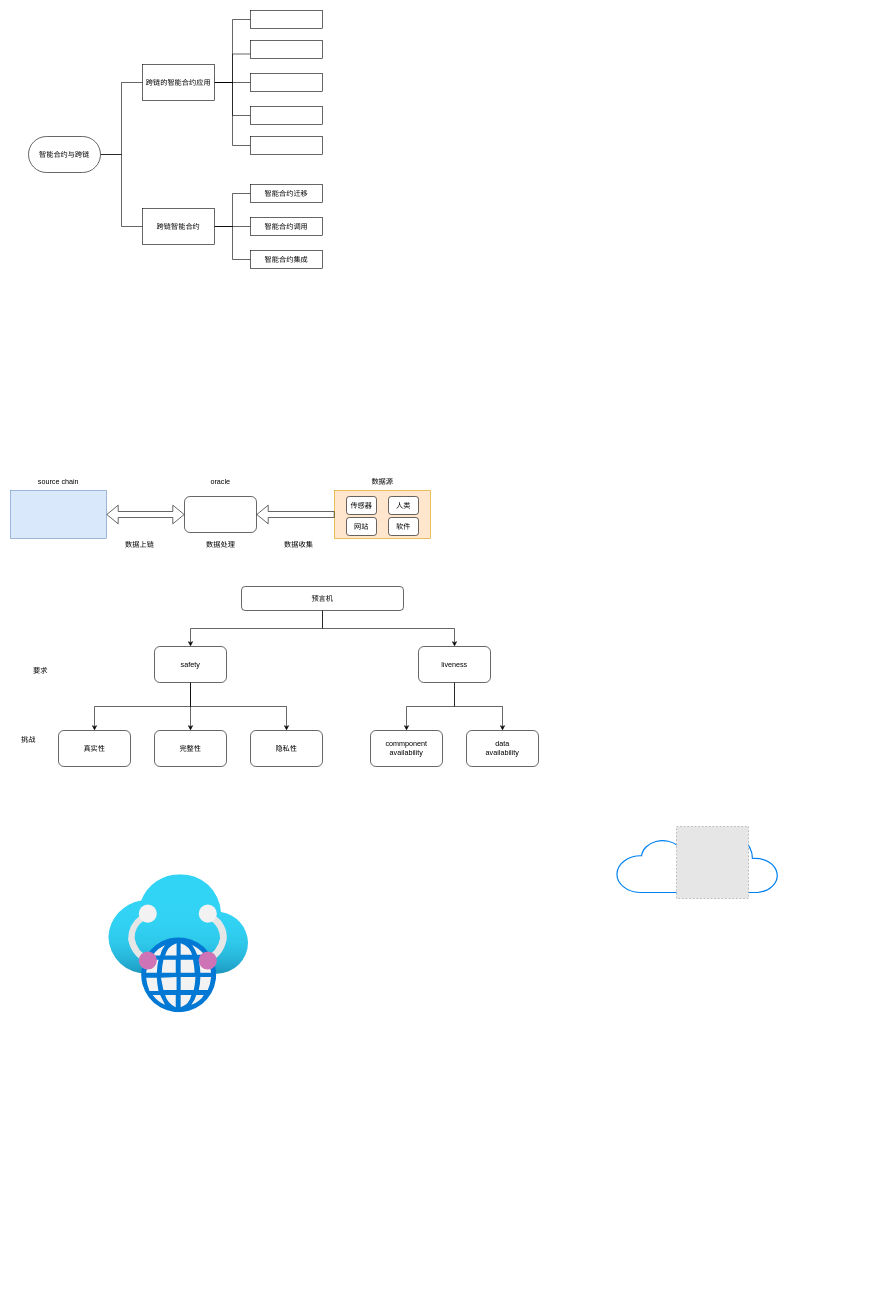
Earlier version of the draw.io diagram 未命名绘图.drawio (hzhdl/crosschain_SC). Source tidied: cells renumbered, new cells numbered last; positions are measured from the earlier drawing's top-left corner, leaving out a move shared by most shapes. Both pictures are drawn from the tidied source at 60%, with x=0, y=0 at pixel (10, 10). Pictures stored in the file or linked from it are replaced by grey dashed boxes.
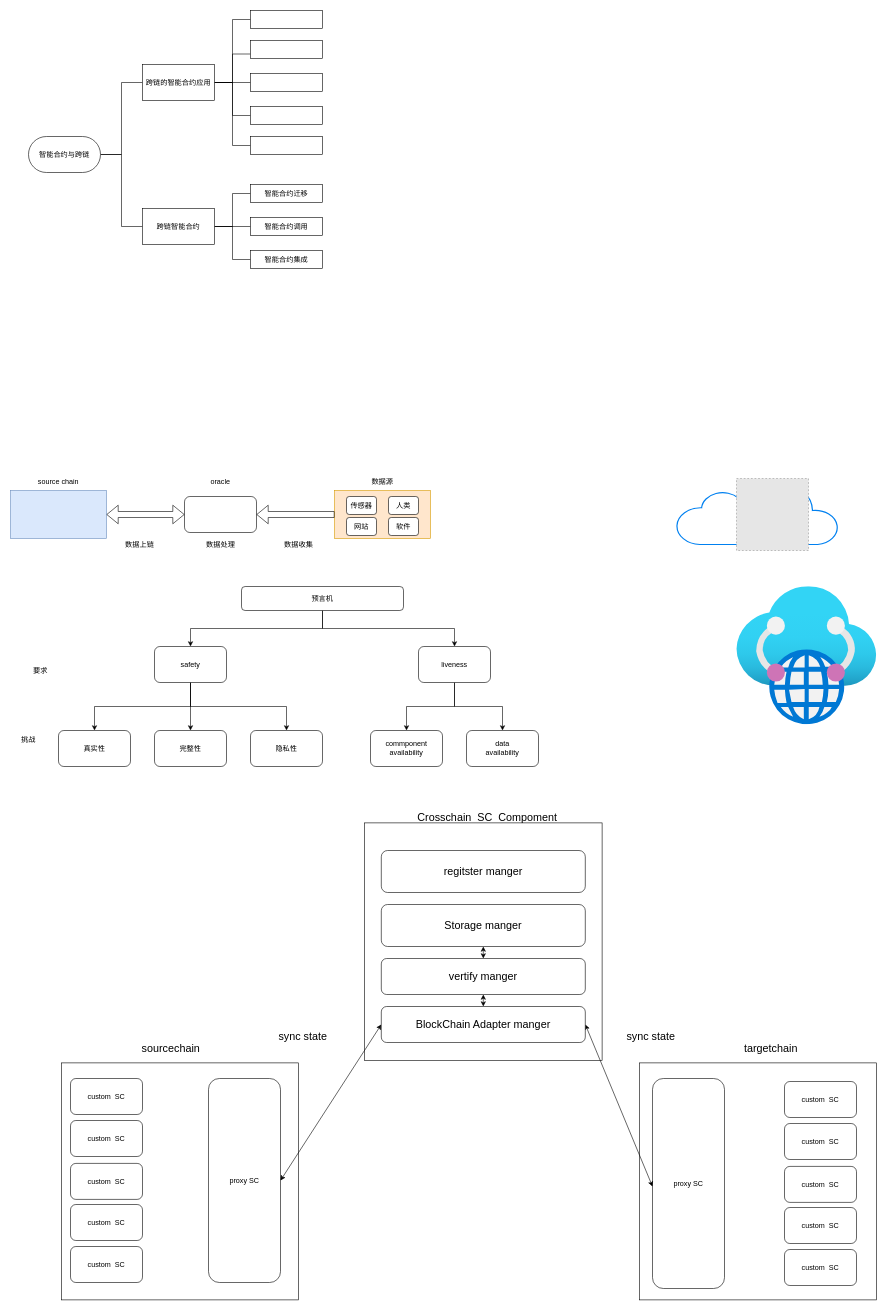
The same diagram, later.

Commit message:
更新未命名绘图.drawio

What changed in the source:
```diff
@@
+    <mxCell id="58" style="whiteSpace=wrap;html=1;" parent="1" vertex="1">
+      <mxGeometry x="1048.6" y="1754" width="395" height="395" as="geometry" />
+    </mxCell>
@@
     <mxCell id="55" style="html=1;verticalLabelPosition=bottom;align=center;labelBackgroundColor=#ffffff;verticalAlign=top;strokeWidth=2;strokeColor=#0080F0;shadow=0;dashed=0;shape=mxgraph.ios7.icons.cloud;" parent="1" vertex="1">
-      <mxGeometry x="1010" y="1360" width="270" height="110" as="geometry" />
+      <mxGeometry x="1110" y="780" width="270" height="110" as="geometry" />
     </mxCell>
     <mxCell id="56" style="html=1;align=center;image;fontSize=12;image=img/lib/azure2/networking/Virtual_WANs.svg;" parent="1" vertex="1">
-      <mxGeometry x="163.2" y="1440" width="233.6" height="230" as="geometry" />
+      <mxGeometry x="1210" y="960" width="233.6" height="230" as="geometry" />
     </mxCell>
     <mxCell id="57" style="fillColor=#E6E6E6;strokeColor=#999999;dashed=1;verticalLabelPosition=bottom;verticalAlign=top;" parent="1" vertex="1">
-      <mxGeometry x="1110" y="1360" width="120" height="120" as="geometry" />
+      <mxGeometry x="1210" y="780" width="120" height="120" as="geometry" />
     </mxCell>
+    <mxCell id="59" style="whiteSpace=wrap;html=1;" parent="1" vertex="1">
+      <mxGeometry x="85" y="1754" width="395" height="395" as="geometry" />
+    </mxCell>
+    <mxCell id="60" style="whiteSpace=wrap;html=1;" parent="1" vertex="1">
+      <mxGeometry x="590" y="1354" width="396" height="396" as="geometry" />
+    </mxCell>
+    <mxCell id="61" value="&lt;font style=&quot;font-size: 18px;&quot;&gt;sourcechain&lt;/font&gt;" style="text;html=1;strokeColor=none;fillColor=none;align=center;verticalAlign=middle;whiteSpace=wrap;rounded=0;" parent="1" vertex="1">
+      <mxGeometry x="220" y="1710" width="95" height="40" as="geometry" />
+    </mxCell>
+    <mxCell id="62" value="&lt;font style=&quot;font-size: 18px;&quot;&gt;targetchain&lt;/font&gt;" style="text;html=1;strokeColor=none;fillColor=none;align=center;verticalAlign=middle;whiteSpace=wrap;rounded=0;" parent="1" vertex="1">
+      <mxGeometry x="1220" y="1710" width="95" height="40" as="geometry" />
+    </mxCell>
+    <mxCell id="63" value="custom&amp;nbsp; SC" style="rounded=1;whiteSpace=wrap;html=1;" parent="1" vertex="1">
+      <mxGeometry x="100" y="1780" width="120" height="60" as="geometry" />
+    </mxCell>
+    <mxCell id="64" value="proxy SC" style="rounded=1;whiteSpace=wrap;html=1;" parent="1" vertex="1">
+      <mxGeometry x="330" y="1780" width="120" height="340" as="geometry" />
+    </mxCell>
+    <mxCell id="65" value="proxy SC" style="rounded=1;whiteSpace=wrap;html=1;" parent="1" vertex="1">
+      <mxGeometry x="1070" y="1780" width="120" height="350" as="geometry" />
+    </mxCell>
+    <mxCell id="66" value="custom&amp;nbsp; SC" style="rounded=1;whiteSpace=wrap;html=1;" parent="1" vertex="1">
+      <mxGeometry x="100" y="1850" width="120" height="60" as="geometry" />
+    </mxCell>
+    <mxCell id="67" value="custom&amp;nbsp; SC" style="rounded=1;whiteSpace=wrap;html=1;" parent="1" vertex="1">
+      <mxGeometry x="100" y="1921.5" width="120" height="60" as="geometry" />
+    </mxCell>
+    <mxCell id="68" value="custom&amp;nbsp; SC" style="rounded=1;whiteSpace=wrap;html=1;" parent="1" vertex="1">
+      <mxGeometry x="100" y="1990" width="120" height="60" as="geometry" />
+    </mxCell>
+    <mxCell id="69" value="custom&amp;nbsp; SC" style="rounded=1;whiteSpace=wrap;html=1;" parent="1" vertex="1">
+      <mxGeometry x="100" y="2060" width="120" height="60" as="geometry" />
+    </mxCell>
+    <mxCell id="70" value="custom&amp;nbsp; SC" style="rounded=1;whiteSpace=wrap;html=1;" parent="1" vertex="1">
+      <mxGeometry x="1290" y="1785" width="120" height="60" as="geometry" />
+    </mxCell>
+    <mxCell id="71" value="custom&amp;nbsp; SC" style="rounded=1;whiteSpace=wrap;html=1;" parent="1" vertex="1">
+      <mxGeometry x="1290" y="1855" width="120" height="60" as="geometry" />
+    </mxCell>
+    <mxCell id="72" value="custom&amp;nbsp; SC" style="rounded=1;whiteSpace=wrap;html=1;" parent="1" vertex="1">
+      <mxGeometry x="1290" y="1926.5" width="120" height="60" as="geometry" />
+    </mxCell>
+    <mxCell id="73" value="custom&amp;nbsp; SC" style="rounded=1;whiteSpace=wrap;html=1;" parent="1" vertex="1">
+      <mxGeometry x="1290" y="1995" width="120" height="60" as="geometry" />
+    </mxCell>
+    <mxCell id="74" value="custom&amp;nbsp; SC" style="rounded=1;whiteSpace=wrap;html=1;" parent="1" vertex="1">
+      <mxGeometry x="1290" y="2065" width="120" height="60" as="geometry" />
+    </mxCell>
+    <mxCell id="75" value="&lt;font style=&quot;font-size: 18px;&quot;&gt;Crosschain&amp;nbsp; SC&amp;nbsp; Compoment&lt;/font&gt;" style="text;html=1;strokeColor=none;fillColor=none;align=center;verticalAlign=middle;whiteSpace=wrap;rounded=0;" parent="1" vertex="1">
+      <mxGeometry x="630" y="1330" width="330" height="30" as="geometry" />
+    </mxCell>
+    <mxCell id="76" style="endArrow=classic;startArrow=classic;html=1;rounded=0;fontSize=18;exitX=1;exitY=0.5;exitDx=0;exitDy=0;entryX=0;entryY=0.5;entryDx=0;entryDy=0;" parent="1" edge="1" source="64" target="82">
+      <mxGeometry relative="1" as="geometry" />
+    </mxCell>
+    <mxCell id="77" style="endArrow=classic;startArrow=classic;html=1;rounded=0;fontSize=18;entryX=1;entryY=0.5;entryDx=0;entryDy=0;" parent="1" edge="1" target="82">
+      <mxGeometry relative="1" as="geometry">
+        <mxPoint x="1070" y="1960" as="sourcePoint" />
+      </mxGeometry>
+    </mxCell>
+    <mxCell id="78" value="sync state" style="text;html=1;strokeColor=none;fillColor=none;align=center;verticalAlign=middle;whiteSpace=wrap;rounded=0;fontSize=18;" parent="1" vertex="1">
+      <mxGeometry x="445" y="1700" width="85" height="20" as="geometry" />
+    </mxCell>
+    <mxCell id="79" value="sync state" style="text;html=1;strokeColor=none;fillColor=none;align=center;verticalAlign=middle;whiteSpace=wrap;rounded=0;fontSize=18;" parent="1" vertex="1">
+      <mxGeometry x="1025" y="1700" width="85" height="20" as="geometry" />
+    </mxCell>
+    <mxCell id="80" value="regitster manger" style="rounded=1;whiteSpace=wrap;html=1;fontSize=18;" parent="1" vertex="1">
+      <mxGeometry x="618" y="1400" width="340" height="70" as="geometry" />
+    </mxCell>
+    <mxCell id="81" value="vertify manger" style="rounded=1;whiteSpace=wrap;html=1;fontSize=18;" parent="1" vertex="1">
+      <mxGeometry x="618" y="1580" width="340" height="60" as="geometry" />
+    </mxCell>
+    <mxCell id="82" value="BlockChain Adapter manger" style="rounded=1;whiteSpace=wrap;html=1;fontSize=18;" parent="1" vertex="1">
+      <mxGeometry x="618" y="1660" width="340" height="60" as="geometry" />
+    </mxCell>
+    <mxCell id="83" value="Storage manger" style="rounded=1;whiteSpace=wrap;html=1;fontSize=18;" parent="1" vertex="1">
+      <mxGeometry x="618" y="1490" width="340" height="70" as="geometry" />
+    </mxCell>
+    <mxCell id="84" style="endArrow=classic;startArrow=classic;html=1;rounded=0;fontSize=18;entryX=0.5;entryY=1;entryDx=0;entryDy=0;exitX=0.5;exitY=0;exitDx=0;exitDy=0;" parent="1" edge="1" source="81" target="83">
+      <mxGeometry relative="1" as="geometry" />
+    </mxCell>
+    <mxCell id="85" style="endArrow=classic;startArrow=classic;html=1;rounded=0;fontSize=18;entryX=0.5;entryY=1;entryDx=0;entryDy=0;exitX=0.5;exitY=0;exitDx=0;exitDy=0;" parent="1" edge="1" source="82" target="81">
+      <mxGeometry relative="1" as="geometry" />
+    </mxCell>
```
